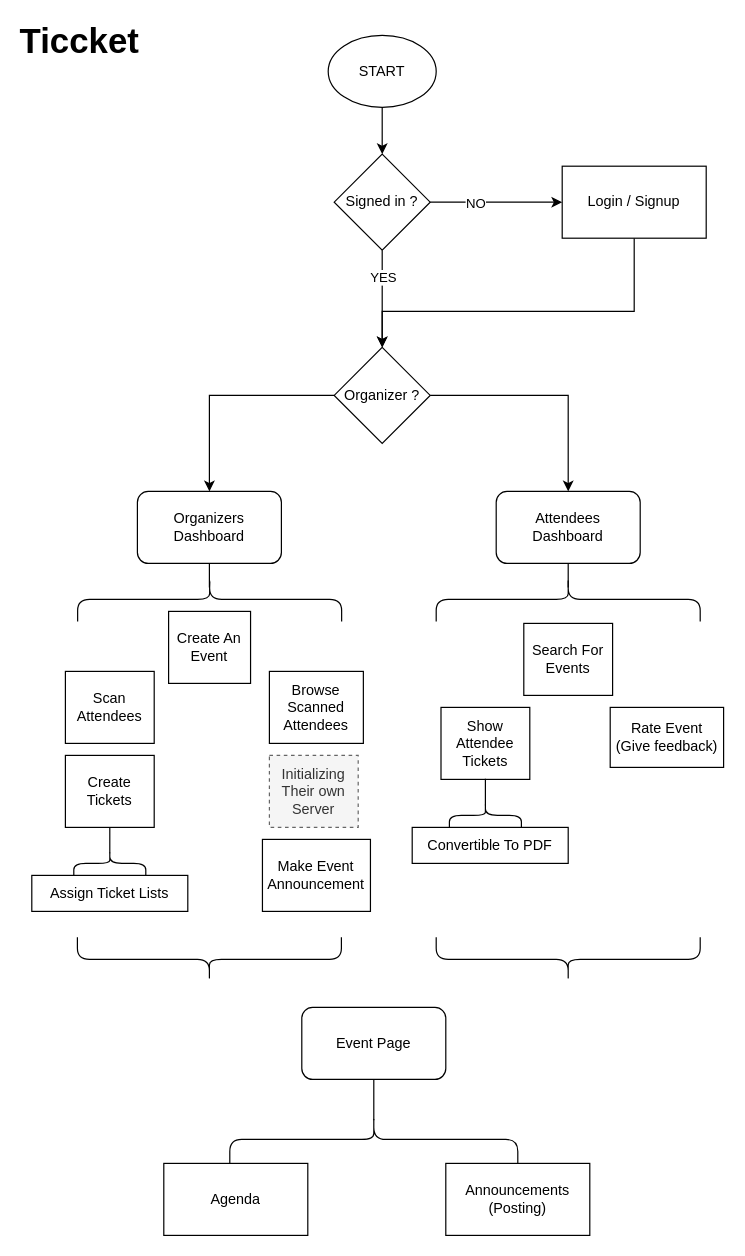
This is User-Flow.drawio from KareemEl-Giushy/Ticcket-Diagrams, a draw.io file, before an edit. Source tidied: cells renumbered, new cells numbered last; positions are measured from the earlier drawing's top-left corner, leaving out a move shared by most shapes. Both pictures are drawn from the tidied source at 120%, with x=0, y=0 at pixel (31, 23).
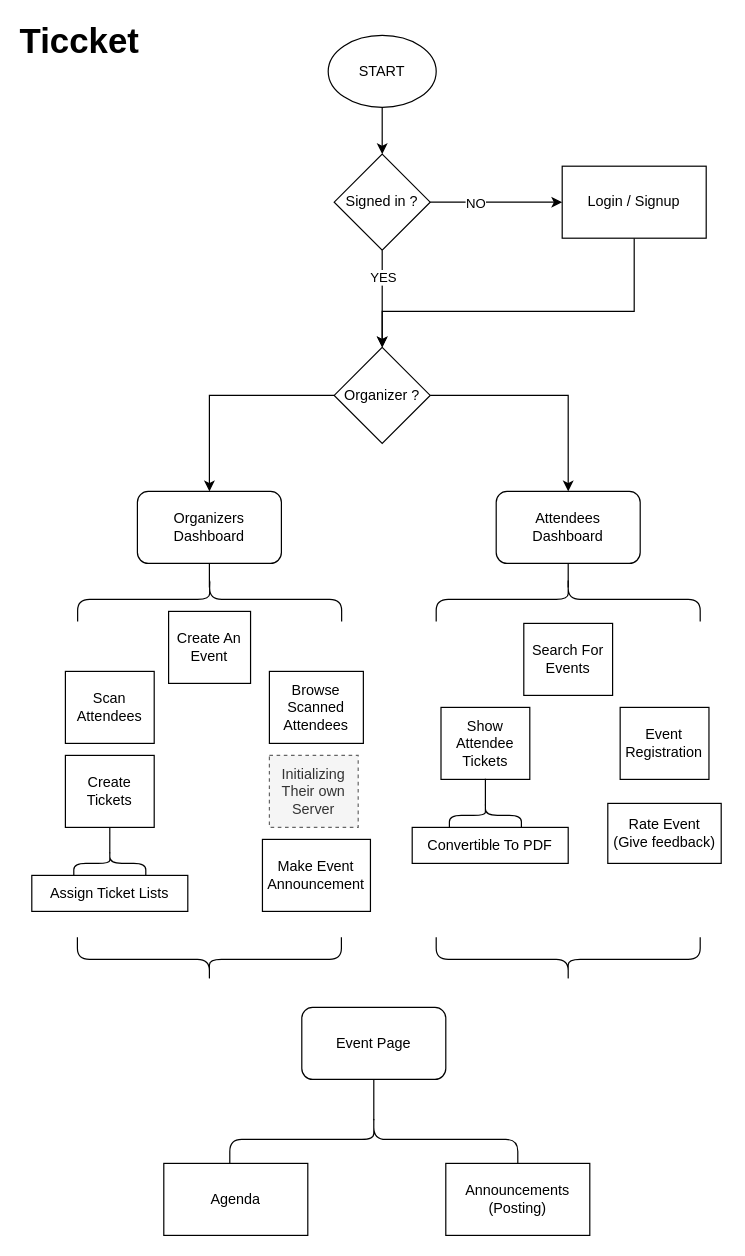
Above is the later version.

Diff of the diagram source:
```diff
@@
     <mxCell id="31" value="Rate Event&lt;br&gt;(Give feedback)" style="rounded=0;whiteSpace=wrap;html=1;" parent="1" vertex="1">
-      <mxGeometry x="482" y="570" width="94.5" height="50" as="geometry" />
+      <mxGeometry x="480" y="650" width="94.5" height="50" as="geometry" />
     </mxCell>
@@
+    <mxCell id="46" value="Event Registration" style="rounded=0;whiteSpace=wrap;html=1;" parent="1" vertex="1">
+      <mxGeometry x="490.3" y="570" width="74" height="60" as="geometry" />
+    </mxCell>
```
